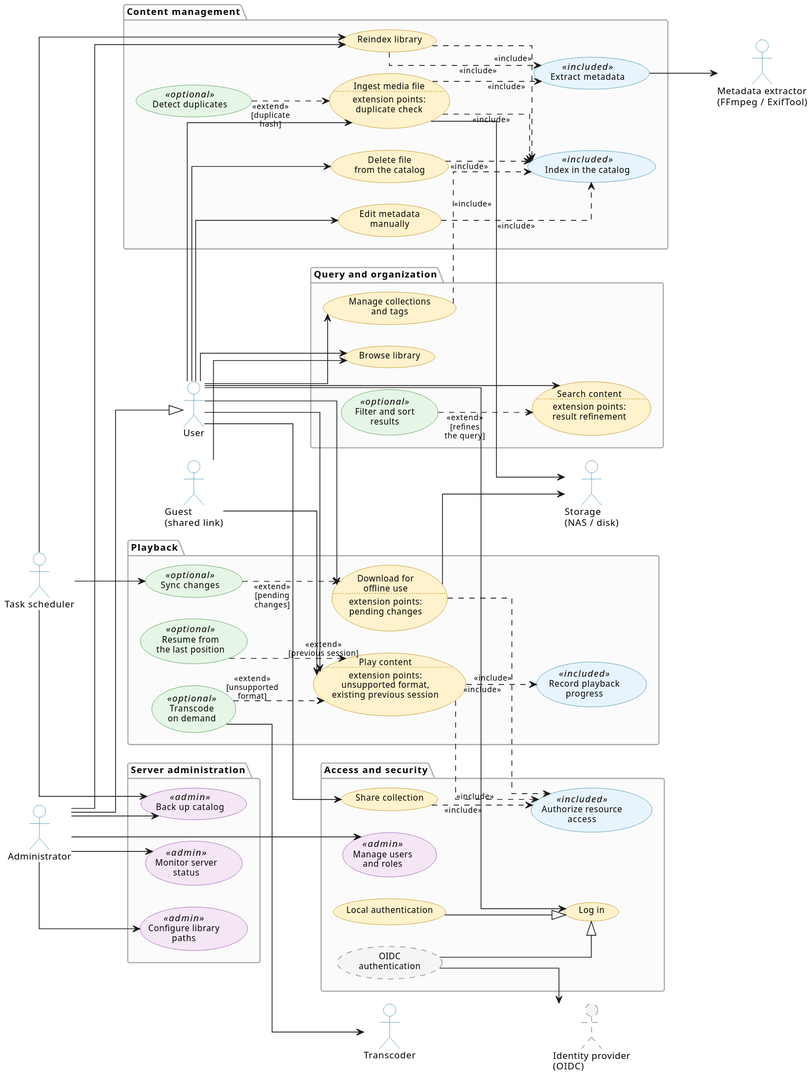
This is docs/architecture/software/OmniStream-UseCases.svg from fe-ba/OmniStream, a PlantUML export, as it was before one commit.
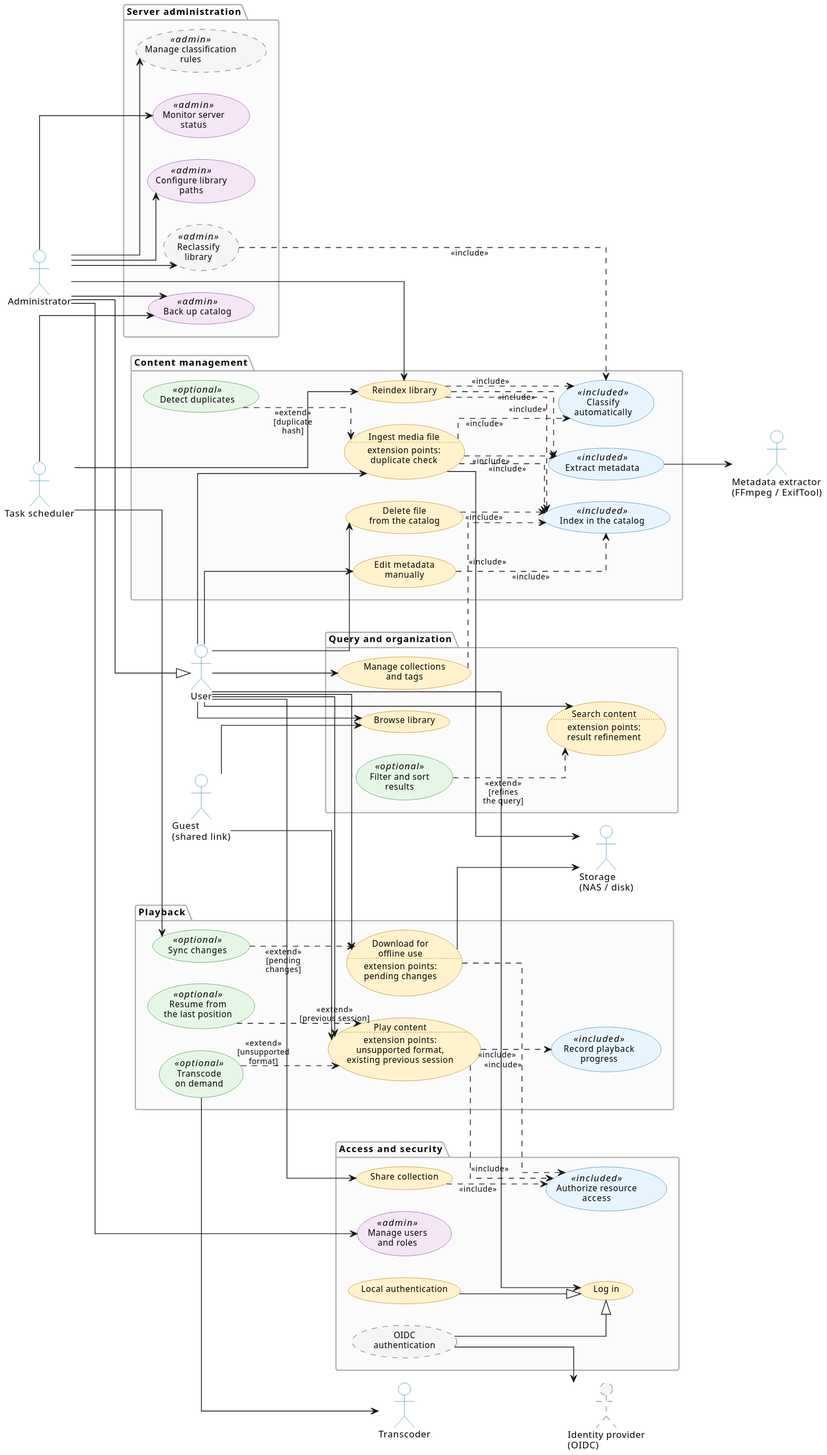
Above is the later version.

The edit, as a diff of the source:
```diff
@@ -45,6 +45,7 @@
   usecase "Detect duplicates"               as UC5 <<optional>>
   usecase "Edit metadata\nmanually"         as UC6
   usecase "Delete file\nfrom the catalog"   as UC7
+  usecase "Classify\nautomatically"          as UC25 <<included>>
 }
 
 package "Query and organization" {
@@ -76,6 +77,8 @@
   usecase "Configure library\npaths"        as UC22 <<admin>>
   usecase "Back up catalog"                 as UC23 <<admin>>
   usecase "Monitor server\nstatus"          as UC24 <<admin>>
+  usecase "Manage classification\nrules"   as UC26 <<admin>> #F5F5F5;line.dashed;line:999999
+  usecase "Reclassify\nlibrary"            as UC27 <<admin>> #F5F5F5;line.dashed;line:999999
 }
 
 actor "Storage\n(NAS / disk)"                     as SysFs
@@ -103,6 +106,8 @@
 Admin --> UC22
 Admin --> UC23
 Admin --> UC24
+Admin --> UC26
+Admin --> UC27
 
 UC3   --> SysMeta
 UC1   --> SysFs
@@ -117,6 +122,9 @@
 UC1  ..> UC4  : <<include>>
 UC2  ..> UC3  : <<include>>
 UC2  ..> UC4  : <<include>>
+UC1  ..> UC25 : <<include>>
+UC2  ..> UC25 : <<include>>
+UC27 ..> UC25 : <<include>>
 UC6  ..> UC4  : <<include>>
 UC7  ..> UC4  : <<include>>
 UC11 ..> UC4  : <<include>>
```
